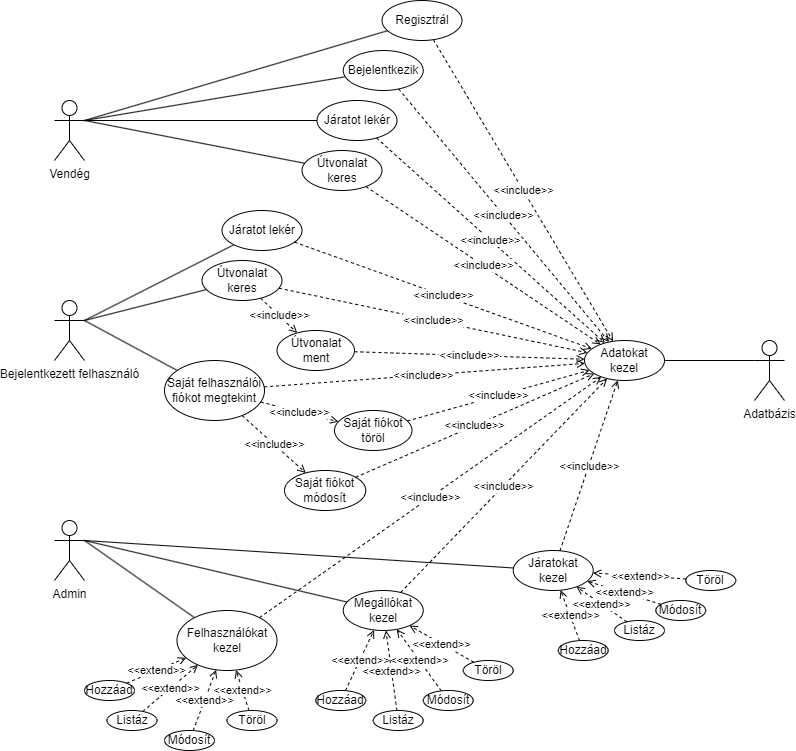
The draw.io diagram vonat_use_case.png in makoadampeter/vonatprojekt, before a commit. Source tidied: cells renumbered, new cells last; positions are measured from the earlier drawing's top-left corner, leaving out a move shared by most shapes.
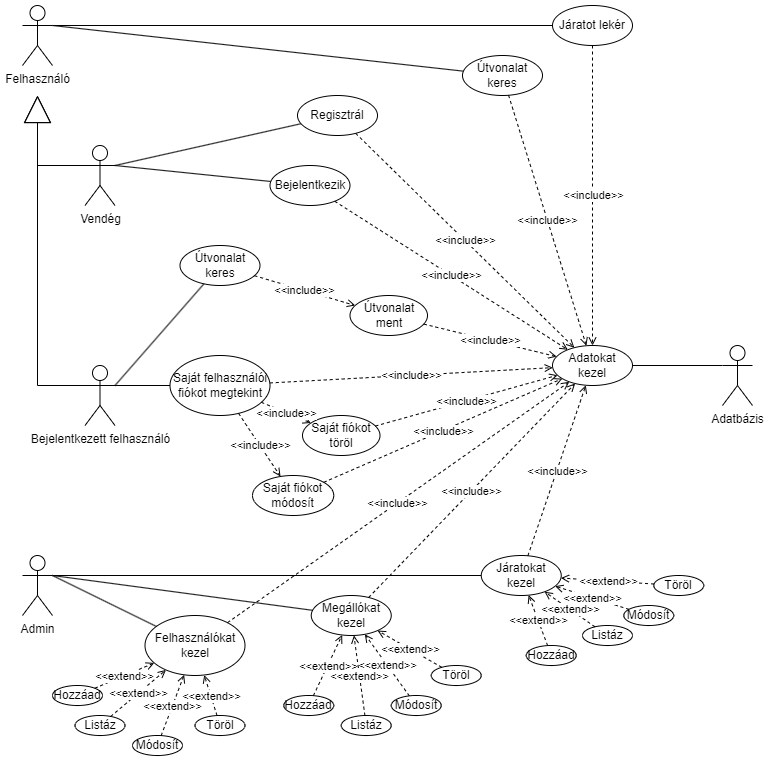
After the change.

Commit message:
Use Case diagram második verzió

The edit, as a diff of the source:
```diff
@@ -8,14 +8,14 @@
     <mxCell id="3" style="rounded=0;jettySize=auto;html=1;exitX=1;exitY=0.3333333333333333;exitDx=0;exitDy=0;exitPerimeter=0;endArrow=none;endFill=0;" parent="1" edge="1" source="6" target="18">
       <mxGeometry relative="1" as="geometry" />
     </mxCell>
-    <mxCell id="4" style="rounded=0;jettySize=auto;html=1;exitX=1;exitY=0.3333333333333333;exitDx=0;exitDy=0;exitPerimeter=0;endArrow=none;endFill=0;" parent="1" edge="1" source="6" target="21">
+    <mxCell id="4" style="rounded=0;jettySize=auto;html=1;exitX=1;exitY=0.3333333333333333;exitDx=0;exitDy=0;exitPerimeter=0;endArrow=none;endFill=0;" parent="1" edge="1" source="99" target="21">
       <mxGeometry relative="1" as="geometry" />
     </mxCell>
-    <mxCell id="5" style="rounded=0;jettySize=auto;html=1;exitX=1;exitY=0.3333333333333333;exitDx=0;exitDy=0;exitPerimeter=0;startArrow=none;startFill=0;endArrow=none;endFill=0;" parent="1" edge="1" source="6" target="38">
+    <mxCell id="5" style="rounded=0;jettySize=auto;html=1;exitX=1;exitY=0.3333333333333333;exitDx=0;exitDy=0;exitPerimeter=0;startArrow=none;startFill=0;endArrow=none;endFill=0;" parent="1" edge="1" source="99" target="38">
       <mxGeometry relative="1" as="geometry" />
     </mxCell>
     <mxCell id="6" value="Vendég" style="shape=umlActor;verticalLabelPosition=bottom;verticalAlign=top;html=1;outlineConnect=0;" parent="1" vertex="1">
-      <mxGeometry y="100" width="30" height="60" as="geometry" />
+      <mxGeometry x="62.5" y="140" width="30" height="60" as="geometry" />
     </mxCell>
     <mxCell id="7" value="Adatbázis" style="shape=umlActor;verticalLabelPosition=bottom;verticalAlign=top;html=1;outlineConnect=0;" parent="1" vertex="1">
       <mxGeometry x="700" y="340" width="30" height="60" as="geometry" />
@@ -23,14 +23,11 @@
     <mxCell id="8" style="rounded=0;jettySize=auto;html=1;exitX=1;exitY=0.3333333333333333;exitDx=0;exitDy=0;exitPerimeter=0;endArrow=none;endFill=0;" parent="1" edge="1" source="11" target="20">
       <mxGeometry relative="1" as="geometry" />
     </mxCell>
-    <mxCell id="9" style="rounded=0;jettySize=auto;html=1;exitX=1;exitY=0.3333333333333333;exitDx=0;exitDy=0;exitPerimeter=0;endArrow=none;endFill=0;" parent="1" edge="1" source="11" target="22">
-      <mxGeometry relative="1" as="geometry" />
-    </mxCell>
     <mxCell id="10" style="rounded=0;jettySize=auto;html=1;exitX=1;exitY=0.3333333333333333;exitDx=0;exitDy=0;exitPerimeter=0;endArrow=none;endFill=0;" parent="1" edge="1" source="11" target="41">
       <mxGeometry relative="1" as="geometry" />
     </mxCell>
     <mxCell id="11" value="Bejelentkezett felhasználó" style="shape=umlActor;verticalLabelPosition=bottom;verticalAlign=top;html=1;outlineConnect=0;" parent="1" vertex="1">
-      <mxGeometry y="300" width="30" height="60" as="geometry" />
+      <mxGeometry x="62.5" y="360" width="30" height="60" as="geometry" />
     </mxCell>
     <mxCell id="12" style="rounded=0;jettySize=auto;html=1;exitX=1;exitY=0.3333333333333333;exitDx=0;exitDy=0;exitPerimeter=0;endArrow=none;endFill=0;" parent="1" edge="1" source="15" target="23">
       <mxGeometry relative="1" as="geometry" />
@@ -42,7 +39,7 @@
       <mxGeometry relative="1" as="geometry" />
     </mxCell>
     <mxCell id="15" value="Admin" style="shape=umlActor;verticalLabelPosition=bottom;verticalAlign=top;html=1;outlineConnect=0;" parent="1" vertex="1">
-      <mxGeometry y="520" width="30" height="60" as="geometry" />
+      <mxGeometry y="550" width="30" height="60" as="geometry" />
     </mxCell>
     <mxCell id="16" value="Adatokat kezel" style="ellipse;whiteSpace=wrap;html=1;" parent="1" vertex="1">
       <mxGeometry x="530" y="340" width="80" height="40" as="geometry" />
@@ -51,20 +48,17 @@
       <mxGeometry relative="1" as="geometry" />
     </mxCell>
     <mxCell id="18" value="Regisztrál" style="ellipse;whiteSpace=wrap;html=1;" parent="1" vertex="1">
-      <mxGeometry x="327.5" width="80" height="40" as="geometry" />
+      <mxGeometry x="275" y="90" width="80" height="40" as="geometry" />
     </mxCell>
     <mxCell id="19" value="Bejelentkezik" style="ellipse;whiteSpace=wrap;html=1;" parent="1" vertex="1">
-      <mxGeometry x="288.8" y="50" width="80" height="40" as="geometry" />
+      <mxGeometry x="247.5" y="160" width="80" height="40" as="geometry" />
     </mxCell>
     <mxCell id="20" value="Saját felhasználói fiókot megtekint" style="ellipse;whiteSpace=wrap;html=1;" parent="1" vertex="1">
-      <mxGeometry x="110" y="360" width="100" height="60" as="geometry" />
+      <mxGeometry x="147.5" y="350" width="100" height="60" as="geometry" />
     </mxCell>
     <mxCell id="21" value="Járatot lekér" style="ellipse;whiteSpace=wrap;html=1;" parent="1" vertex="1">
-      <mxGeometry x="262.5" y="100" width="80" height="40" as="geometry" />
+      <mxGeometry x="530" width="80" height="40" as="geometry" />
     </mxCell>
-    <mxCell id="22" value="Járatot lekér" style="ellipse;whiteSpace=wrap;html=1;" parent="1" vertex="1">
-      <mxGeometry x="167.5" y="210" width="80" height="40" as="geometry" />
-    </mxCell>
     <mxCell id="23" value="Járatokat kezel" style="ellipse;whiteSpace=wrap;html=1;" parent="1" vertex="1">
       <mxGeometry x="458.8" y="550" width="80" height="40" as="geometry" />
     </mxCell>
@@ -72,14 +66,8 @@
       <mxGeometry x="288.8" y="590" width="80" height="40" as="geometry" />
     </mxCell>
     <mxCell id="25" value="Útvonalat ment" style="ellipse;whiteSpace=wrap;html=1;" parent="1" vertex="1">
-      <mxGeometry x="222.5" y="330" width="77.5" height="40" as="geometry" />
+      <mxGeometry x="327.5" y="290" width="77.5" height="40" as="geometry" />
     </mxCell>
-    <mxCell id="26" style="endArrow=open;dashed=1;html=1;rounded=0;endFill=0;" parent="1" edge="1" source="22" target="16">
-      <mxGeometry relative="1" as="geometry" />
-    </mxCell>
-    <mxCell id="27" value="&amp;lt;&amp;lt;include&amp;gt;&amp;gt;" style="edgeLabel;html=1;align=center;verticalAlign=middle;" parent="26" vertex="1">
-      <mxGeometry relative="1" as="geometry" />
-    </mxCell>
     <mxCell id="28" style="endArrow=open;dashed=1;html=1;rounded=0;endFill=0;" parent="1" edge="1" source="21" target="16">
       <mxGeometry relative="1" as="geometry" />
     </mxCell>
@@ -111,7 +99,7 @@
       <mxGeometry x="280" y="410" width="77.5" height="40" as="geometry" />
     </mxCell>
     <mxCell id="38" value="Útvonalat keres" style="ellipse;whiteSpace=wrap;html=1;" parent="1" vertex="1">
-      <mxGeometry x="247.5" y="150" width="80" height="40" as="geometry" />
+      <mxGeometry x="440" y="50" width="80" height="40" as="geometry" />
     </mxCell>
     <mxCell id="39" style="endArrow=open;dashed=1;html=1;rounded=0;endFill=0;" parent="1" edge="1" source="38" target="16">
       <mxGeometry relative="1" as="geometry" />
@@ -120,14 +108,8 @@
       <mxGeometry relative="1" as="geometry" />
     </mxCell>
     <mxCell id="41" value="Útvonalat keres" style="ellipse;whiteSpace=wrap;html=1;" parent="1" vertex="1">
-      <mxGeometry x="147.5" y="260" width="80" height="40" as="geometry" />
+      <mxGeometry x="157.5" y="240" width="80" height="40" as="geometry" />
     </mxCell>
-    <mxCell id="42" style="endArrow=open;dashed=1;html=1;rounded=0;endFill=0;" parent="1" edge="1" source="41" target="16">
-      <mxGeometry relative="1" as="geometry" />
-    </mxCell>
-    <mxCell id="43" value="&amp;lt;&amp;lt;include&amp;gt;&amp;gt;" style="edgeLabel;html=1;align=center;verticalAlign=middle;" parent="42" vertex="1">
-      <mxGeometry relative="1" as="geometry" />
-    </mxCell>
     <mxCell id="44" value="Felhasználókat kezel" style="ellipse;whiteSpace=wrap;html=1;" parent="1" vertex="1">
       <mxGeometry x="122.5" y="610" width="100" height="60" as="geometry" />
     </mxCell>
@@ -293,5 +275,24 @@
     <mxCell id="98" value="&amp;lt;&amp;lt;include&amp;gt;&amp;gt;" style="edgeLabel;html=1;align=center;verticalAlign=middle;" parent="97" vertex="1">
       <mxGeometry relative="1" as="geometry" />
     </mxCell>
+    <mxCell id="99" value="Felhasználó" style="shape=umlActor;verticalLabelPosition=bottom;verticalAlign=top;html=1;outlineConnect=0;" parent="1" vertex="1">
+      <mxGeometry width="30" height="60" as="geometry" />
+    </mxCell>
+    <mxCell id="100" style="endArrow=block;html=1;rounded=0;endFill=0;endSize=25;exitX=0;exitY=0.3333333333333333;exitDx=0;exitDy=0;exitPerimeter=0;" parent="1" edge="1" source="11">
+      <mxGeometry relative="1" as="geometry">
+        <mxPoint x="15" y="90" as="targetPoint" />
+        <Array as="points">
+          <mxPoint x="15" y="380" />
+        </Array>
+      </mxGeometry>
+    </mxCell>
+    <mxCell id="101" style="endArrow=block;html=1;rounded=0;endFill=0;endSize=25;exitX=0;exitY=0.3333333333333333;exitDx=0;exitDy=0;exitPerimeter=0;" parent="1" edge="1" source="6">
+      <mxGeometry relative="1" as="geometry">
+        <mxPoint x="15" y="90" as="targetPoint" />
+        <Array as="points">
+          <mxPoint x="15" y="160" />
+        </Array>
+      </mxGeometry>
+    </mxCell>
   </root>
 </mxGraphModel>
```
